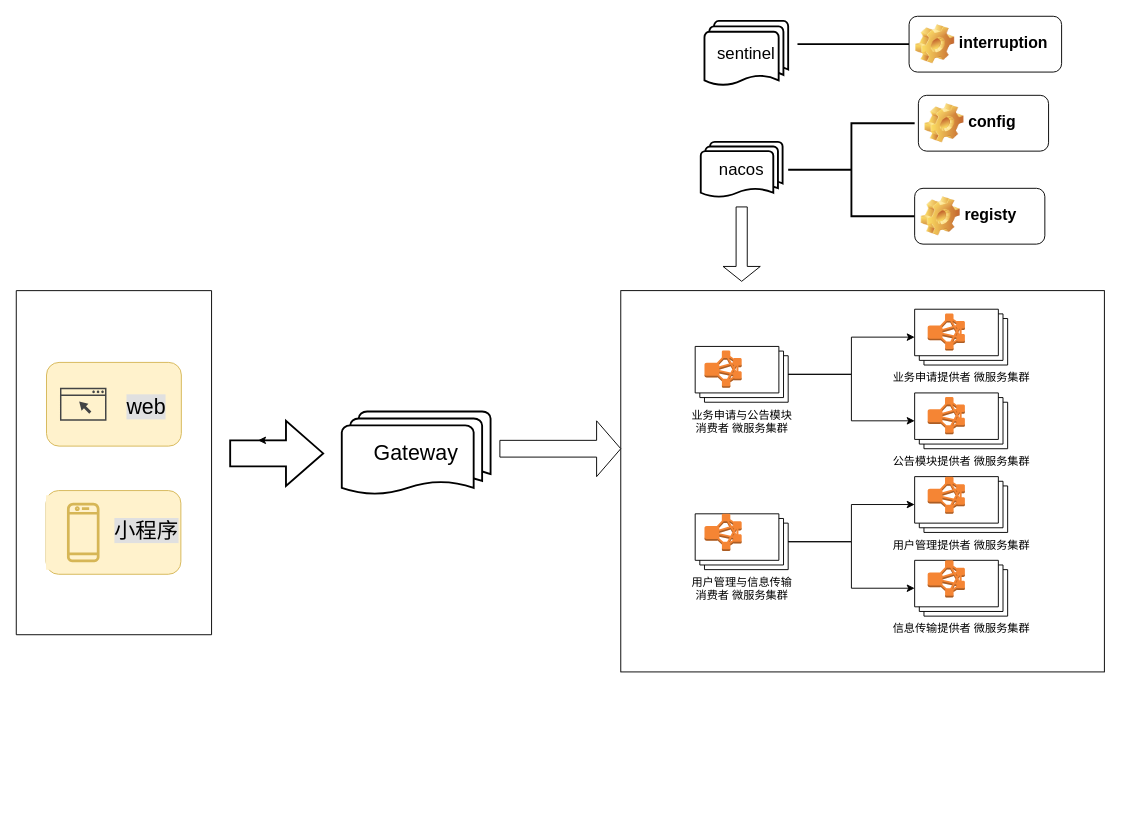
Above: 整体.drawio in ljh123294/branchTest (draw.io), before the change. Source tidied: cells renumbered, new cells numbered last; positions are measured from the earlier drawing's top-left corner, leaving out a move shared by most shapes. Both pictures are drawn from the tidied source at 93%, with x=0, y=0 at pixel (16, 16).
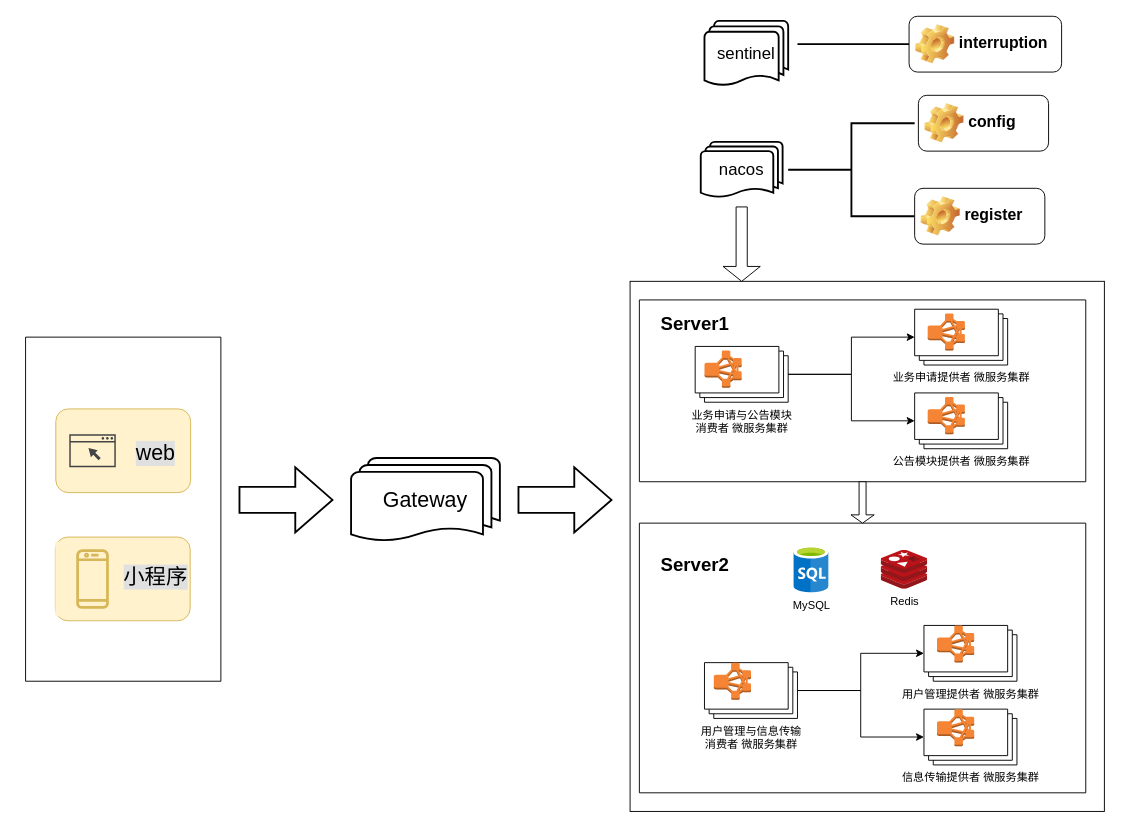
After the change.

What changed in the source:
```diff
@@
     <mxCell id="2" style="rounded=0;whiteSpace=wrap;html=1;" parent="1" vertex="1">
-      <mxGeometry x="650" y="295" width="520" height="410" as="geometry" />
+      <mxGeometry x="660" y="285" width="510" height="570" as="geometry" />
     </mxCell>
     <mxCell id="3" value="信息传输提供者 微服务集群" style="verticalLabelPosition=bottom;verticalAlign=top;html=1;shape=mxgraph.basic.layered_rect;dx=10;outlineConnect=0;" parent="1" vertex="1">
-      <mxGeometry x="966" y="585" width="100" height="60" as="geometry" />
+      <mxGeometry x="976" y="745" width="100" height="60" as="geometry" />
     </mxCell>
     <mxCell id="4" value="用户管理提供者 微服务集群" style="verticalLabelPosition=bottom;verticalAlign=top;html=1;shape=mxgraph.basic.layered_rect;dx=10;outlineConnect=0;" parent="1" vertex="1">
-      <mxGeometry x="966" y="495" width="100" height="60" as="geometry" />
+      <mxGeometry x="976" y="655" width="100" height="60" as="geometry" />
     </mxCell>
     <mxCell id="5" value="用户管理与信息传输&lt;br&gt;消费者 微服务集群" style="verticalLabelPosition=bottom;verticalAlign=top;html=1;shape=mxgraph.basic.layered_rect;dx=10;outlineConnect=0;" parent="1" vertex="1">
-      <mxGeometry x="730" y="535" width="100" height="60" as="geometry" />
+      <mxGeometry x="740" y="695" width="100" height="60" as="geometry" />
     </mxCell>
@@
-    <mxCell id="17" value="&lt;font style=&quot;font-size: 17px&quot;&gt;registy&lt;/font&gt;" style="label;whiteSpace=wrap;html=1;image=img/clipart/Gear_128x128.png;" parent="1" vertex="1">
+    <mxCell id="17" value="&lt;font style=&quot;font-size: 17px&quot;&gt;register&lt;/font&gt;" style="label;whiteSpace=wrap;html=1;image=img/clipart/Gear_128x128.png;" parent="1" vertex="1">
       <mxGeometry x="966" y="185" width="140" height="60" as="geometry" />
     </mxCell>
     <mxCell id="18" value="Gateway" style="strokeWidth=2;html=1;shape=mxgraph.flowchart.multi-document;whiteSpace=wrap;fontSize=23;" parent="1" vertex="1">
-      <mxGeometry x="350" y="425" width="160" height="90" as="geometry" />
+      <mxGeometry x="360" y="475" width="160" height="90" as="geometry" />
     </mxCell>
@@
-    <mxCell id="20" style="shape=singleArrow;whiteSpace=wrap;html=1;fontSize=23;" parent="1" vertex="1">
-      <mxGeometry x="520" y="435" width="130" height="60" as="geometry" />
-    </mxCell>
     <mxCell id="21" style="verticalLabelPosition=bottom;verticalAlign=top;html=1;shape=mxgraph.basic.rect;fillColor2=none;strokeWidth=1;size=20;indent=5;fontSize=23;" parent="1" vertex="1">
-      <mxGeometry y="295" width="210" height="370" as="geometry" />
+      <mxGeometry x="10" y="345" width="210" height="370" as="geometry" />
     </mxCell>
     <mxCell id="22" style="verticalLabelPosition=bottom;verticalAlign=top;html=1;strokeWidth=2;shape=mxgraph.arrows2.arrow;dy=0.6;dx=40;notch=0;fontSize=23;" parent="1" vertex="1">
-      <mxGeometry x="230" y="435" width="100" height="70" as="geometry" />
+      <mxGeometry x="240" y="485" width="100" height="70" as="geometry" />
     </mxCell>
-    <mxCell id="23" style="edgeStyle=orthogonalEdgeStyle;rounded=0;orthogonalLoop=1;jettySize=auto;html=1;exitX=0;exitY=0;exitDx=60;exitDy=21;exitPerimeter=0;entryX=0;entryY=0;entryDx=30;entryDy=21;entryPerimeter=0;fontSize=23;" parent="1" edge="1" source="22" target="22">
-      <mxGeometry relative="1" as="geometry" />
-    </mxCell>
@@
     <mxCell id="26" style="rounded=1;whiteSpace=wrap;html=1;fontSize=23;labelBackgroundColor=#E0E0E0;textOpacity=0;fillColor=#fff2cc;strokeColor=#d6b656;" parent="1" vertex="1">
-      <mxGeometry x="32.5" y="372.2" width="145" height="90" as="geometry" />
+      <mxGeometry x="42.5" y="422.2" width="145" height="90" as="geometry" />
     </mxCell>
     <mxCell id="27" style="rounded=1;whiteSpace=wrap;html=1;fontSize=23;labelBackgroundColor=#E0E0E0;textOpacity=0;fillColor=#fff2cc;strokeColor=#d6b656;" parent="1" vertex="1">
-      <mxGeometry x="32" y="510" width="145" height="90" as="geometry" />
+      <mxGeometry x="42" y="560" width="145" height="90" as="geometry" />
     </mxCell>
     <mxCell id="28" style="sketch=0;shadow=0;dashed=0;html=1;strokeColor=none;fillColor=#434445;labelPosition=center;verticalLabelPosition=bottom;verticalAlign=top;align=center;shape=mxgraph.vvd.web_browser;fontSize=23;" parent="1" vertex="1">
-      <mxGeometry x="47" y="399.5" width="50" height="35.5" as="geometry" />
+      <mxGeometry x="57" y="449.5" width="50" height="35.5" as="geometry" />
     </mxCell>
     <mxCell id="29" value="web" style="text;html=1;strokeColor=none;fillColor=none;align=center;verticalAlign=middle;whiteSpace=wrap;rounded=0;labelBackgroundColor=#E0E0E0;fontSize=23;" parent="1" vertex="1">
-      <mxGeometry x="110" y="405" width="60" height="30" as="geometry" />
+      <mxGeometry x="120" y="455" width="60" height="30" as="geometry" />
     </mxCell>
     <mxCell id="30" style="sketch=0;strokeColor=#d6b656;fillColor=#fff2cc;dashed=0;verticalLabelPosition=bottom;verticalAlign=top;align=center;html=1;fontSize=12;fontStyle=0;shape=mxgraph.aws4.resourceIcon;resIcon=mxgraph.aws4.mobile_client;" parent="1" vertex="1">
-      <mxGeometry x="32" y="515" width="80" height="80" as="geometry" />
+      <mxGeometry x="42" y="565" width="80" height="80" as="geometry" />
     </mxCell>
     <mxCell id="31" value="小程序" style="text;html=1;strokeColor=none;fillColor=none;align=center;verticalAlign=middle;whiteSpace=wrap;rounded=0;labelBackgroundColor=#E0E0E0;fontSize=23;" parent="1" vertex="1">
-      <mxGeometry x="100" y="550" width="80" height="5" as="geometry" />
+      <mxGeometry x="110" y="600" width="80" height="5" as="geometry" />
     </mxCell>
@@
     <mxCell id="33" style="dashed=0;verticalLabelPosition=bottom;verticalAlign=top;align=center;html=1;shape=mxgraph.aws3.emr_cluster;fillColor=#F58534;gradientColor=none;labelBackgroundColor=#E0E0E0;fontSize=23;" parent="1" vertex="1">
-      <mxGeometry x="980" y="495" width="40" height="40" as="geometry" />
+      <mxGeometry x="990" y="655" width="40" height="40" as="geometry" />
     </mxCell>
@@
     <mxCell id="36" style="dashed=0;verticalLabelPosition=bottom;verticalAlign=top;align=center;html=1;shape=mxgraph.aws3.emr_cluster;fillColor=#F58534;gradientColor=none;labelBackgroundColor=#E0E0E0;fontSize=23;" parent="1" vertex="1">
-      <mxGeometry x="980" y="585" width="40" height="40" as="geometry" />
+      <mxGeometry x="990" y="745" width="40" height="40" as="geometry" />
     </mxCell>
     <mxCell id="37" style="dashed=0;verticalLabelPosition=bottom;verticalAlign=top;align=center;html=1;shape=mxgraph.aws3.emr_cluster;fillColor=#F58534;gradientColor=none;labelBackgroundColor=#E0E0E0;fontSize=23;" parent="1" vertex="1">
-      <mxGeometry x="740" y="535" width="40" height="40" as="geometry" />
+      <mxGeometry x="750" y="695" width="40" height="40" as="geometry" />
     </mxCell>
+    <mxCell id="38" style="verticalLabelPosition=bottom;verticalAlign=top;html=1;strokeWidth=2;shape=mxgraph.arrows2.arrow;dy=0.6;dx=40;notch=0;fontSize=23;" parent="1" vertex="1">
+      <mxGeometry x="540" y="485" width="100" height="70" as="geometry" />
+    </mxCell>
+    <mxCell id="39" style="swimlane;startSize=0;" parent="1" vertex="1">
+      <mxGeometry x="670" y="305" width="480" height="195.5" as="geometry" />
+    </mxCell>
+    <mxCell id="40" style="swimlane;startSize=0;" parent="1" vertex="1">
+      <mxGeometry x="670" y="545" width="480" height="290" as="geometry" />
+    </mxCell>
+    <mxCell id="41" value="Redis" style="sketch=0;html=1;align=center;image;fontSize=12;image=img/lib/mscae/Cache_Redis_Product.svg;" parent="40" vertex="1">
+      <mxGeometry x="260" y="29" width="50" height="42" as="geometry" />
+    </mxCell>
+    <mxCell id="42" value="MySQL" style="sketch=0;html=1;align=center;image;fontSize=12;image=img/lib/mscae/SQL_Database_generic.svg;" parent="40" vertex="1">
+      <mxGeometry x="166" y="25" width="38" height="50" as="geometry" />
+    </mxCell>
+    <mxCell id="43" value="&lt;font style=&quot;font-size: 20px&quot;&gt;&lt;b&gt;Server2&lt;/b&gt;&lt;/font&gt;" style="text;html=1;strokeColor=none;fillColor=none;align=center;verticalAlign=middle;whiteSpace=wrap;rounded=0;strokeWidth=11;" parent="40" vertex="1">
+      <mxGeometry x="30" y="29" width="60" height="30" as="geometry" />
+    </mxCell>
+    <mxCell id="44" style="shape=singleArrow;direction=south;whiteSpace=wrap;html=1;" parent="1" vertex="1">
+      <mxGeometry x="897.5" y="500.5" width="25" height="44.5" as="geometry" />
+    </mxCell>
+    <mxCell id="45" value="&lt;font style=&quot;font-size: 20px&quot;&gt;&lt;b&gt;Server1&lt;/b&gt;&lt;/font&gt;" style="text;html=1;strokeColor=none;fillColor=none;align=center;verticalAlign=middle;whiteSpace=wrap;rounded=0;" parent="1" vertex="1">
+      <mxGeometry x="700" y="315" width="60" height="30" as="geometry" />
+    </mxCell>
```
